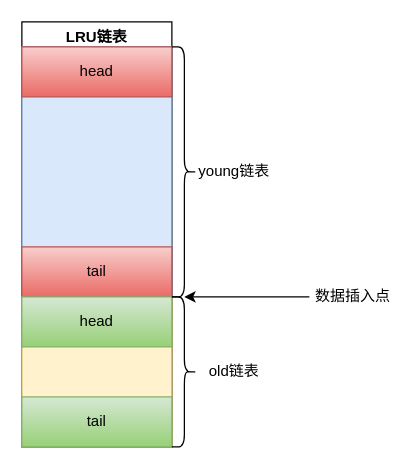
Above: LRU.drawio in wqfgithub/drawio (draw.io), before the change. Source tidied: cells renumbered, new cells numbered last; positions are measured from the earlier drawing's top-left corner, leaving out a move shared by most shapes. Both pictures are drawn from the tidied source at 125%, with x=0, y=0 at pixel (21, 21).
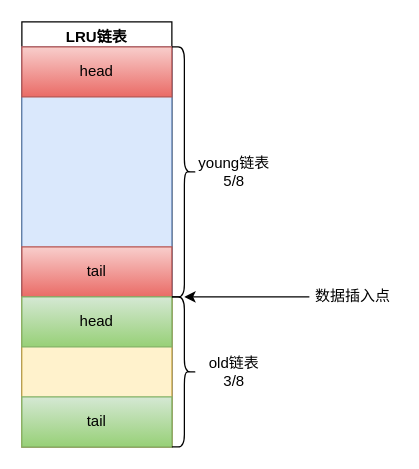
After the change.

The edit, as a diff of the source:
```diff
@@
 <mxGraphModel>
   <root>
     <mxCell id="0" />
     <mxCell id="1" parent="0" />
     <mxCell id="2" value="LRU链表" style="swimlane;" parent="1" vertex="1">
       <mxGeometry width="120" height="340" as="geometry" />
     </mxCell>
     <mxCell id="3" style="whiteSpace=wrap;html=1;fillColor=#dae8fc;strokeColor=#6c8ebf;" parent="2" vertex="1">
       <mxGeometry y="20" width="120" height="200" as="geometry" />
     </mxCell>
     <mxCell id="4" style="whiteSpace=wrap;html=1;fillColor=#fff2cc;strokeColor=#d6b656;" parent="2" vertex="1">
       <mxGeometry y="220" width="120" height="120" as="geometry" />
     </mxCell>
     <mxCell id="5" value="head" style="rounded=0;whiteSpace=wrap;html=1;gradientColor=#ea6b66;fillColor=#f8cecc;strokeColor=#b85450;" parent="2" vertex="1">
       <mxGeometry y="20" width="120" height="40" as="geometry" />
     </mxCell>
     <mxCell id="6" value="tail" style="rounded=0;whiteSpace=wrap;html=1;gradientColor=#ea6b66;fillColor=#f8cecc;strokeColor=#b85450;" parent="2" vertex="1">
       <mxGeometry y="180" width="120" height="40" as="geometry" />
     </mxCell>
     <mxCell id="7" value="head" style="rounded=0;whiteSpace=wrap;html=1;gradientColor=#97d077;fillColor=#d5e8d4;strokeColor=#82b366;" parent="2" vertex="1">
       <mxGeometry y="220" width="120" height="40" as="geometry" />
     </mxCell>
     <mxCell id="8" value="tail" style="rounded=0;whiteSpace=wrap;html=1;gradientColor=#97d077;fillColor=#d5e8d4;strokeColor=#82b366;" parent="2" vertex="1">
       <mxGeometry y="300" width="120" height="40" as="geometry" />
     </mxCell>
     <mxCell id="9" style="shape=curlyBracket;whiteSpace=wrap;html=1;rounded=1;flipH=1;" parent="1" vertex="1">
       <mxGeometry x="120" y="20" width="20" height="200" as="geometry" />
     </mxCell>
     <mxCell id="10" style="shape=curlyBracket;whiteSpace=wrap;html=1;rounded=1;flipH=1;" parent="1" vertex="1">
       <mxGeometry x="120" y="220" width="20" height="120" as="geometry" />
     </mxCell>
-    <mxCell id="11" value="young链表" style="text;html=1;strokeColor=none;fillColor=none;align=center;verticalAlign=middle;whiteSpace=wrap;rounded=0;" parent="1" vertex="1">
+    <mxCell id="11" value="young链表 5/8" style="text;html=1;strokeColor=none;fillColor=none;align=center;verticalAlign=middle;whiteSpace=wrap;rounded=0;" parent="1" vertex="1">
       <mxGeometry x="140" y="110" width="60" height="20" as="geometry" />
     </mxCell>
-    <mxCell id="12" value="old链表" style="text;html=1;strokeColor=none;fillColor=none;align=center;verticalAlign=middle;whiteSpace=wrap;rounded=0;" parent="1" vertex="1">
+    <mxCell id="12" value="old链表&lt;br&gt;3/8" style="text;html=1;strokeColor=none;fillColor=none;align=center;verticalAlign=middle;whiteSpace=wrap;rounded=0;" parent="1" vertex="1">
       <mxGeometry x="140" y="270" width="60" height="20" as="geometry" />
     </mxCell>
     <mxCell id="13" style="endArrow=classic;html=1;entryX=0.5;entryY=0;entryDx=0;entryDy=0;" parent="1" edge="1" target="10">
       <mxGeometry relative="1" as="geometry">
         <mxPoint x="230" y="220" as="sourcePoint" />
       </mxGeometry>
     </mxCell>
     <mxCell id="14" value="数据插入点" style="text;html=1;strokeColor=none;fillColor=none;align=center;verticalAlign=middle;whiteSpace=wrap;rounded=0;" parent="1" vertex="1">
       <mxGeometry x="230" y="210" width="70" height="20" as="geometry" />
     </mxCell>
   </root>
 </mxGraphModel>
```
